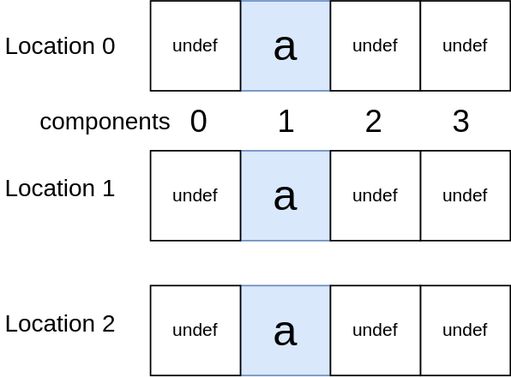
Before: chapters/images/location_example_array.svg, a diagram exported from draw.io (KhronosGroup/Vulkan-Guide). Source tidied: cells renumbered, new cells last; positions are measured from the earlier drawing's top-left corner, leaving out a move shared by most shapes.
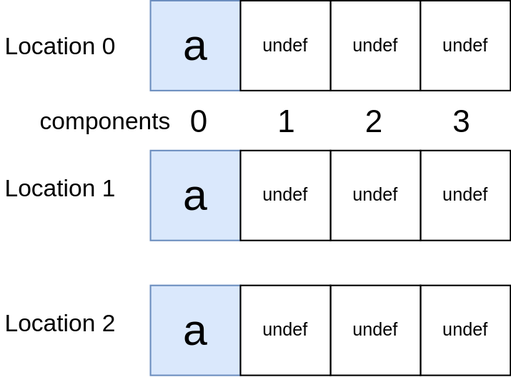
The same file after the commit.

The edit, as a diff of the source:
```diff
@@ -17,41 +17,41 @@
     <mxCell id="6" value="components" style="text;html=1;align=center;verticalAlign=middle;whiteSpace=wrap;rounded=0;fontSize=16;" parent="1" vertex="1">
       <mxGeometry x="30" y="65" width="80" height="30" as="geometry" />
     </mxCell>
-    <mxCell id="7" value="&lt;span style=&quot;font-size: 29px;&quot;&gt;a&lt;/span&gt;" style="rounded=0;whiteSpace=wrap;html=1;fillColor=#dae8fc;strokeColor=#6c8ebf;" parent="1" vertex="1">
-      <mxGeometry x="160" y="100" width="60" height="60" as="geometry" />
-    </mxCell>
     <mxCell id="8" value="undef" style="rounded=0;whiteSpace=wrap;html=1;" parent="1" vertex="1">
       <mxGeometry x="220" y="100" width="60" height="60" as="geometry" />
     </mxCell>
-    <mxCell id="9" value="&lt;span style=&quot;font-size: 29px;&quot;&gt;a&lt;/span&gt;" style="rounded=0;whiteSpace=wrap;html=1;fillColor=#dae8fc;strokeColor=#6c8ebf;" parent="1" vertex="1">
-      <mxGeometry x="160" width="60" height="60" as="geometry" />
-    </mxCell>
     <mxCell id="10" value="undef" style="rounded=0;whiteSpace=wrap;html=1;" parent="1" vertex="1">
       <mxGeometry x="280" y="190" width="60" height="60" as="geometry" />
     </mxCell>
     <mxCell id="11" value="Location 2" style="text;html=1;align=center;verticalAlign=middle;whiteSpace=wrap;rounded=0;fontSize=16;" parent="1" vertex="1">
       <mxGeometry y="200" width="80" height="30" as="geometry" />
     </mxCell>
-    <mxCell id="12" value="&lt;span style=&quot;font-size: 29px;&quot;&gt;a&lt;/span&gt;" style="rounded=0;whiteSpace=wrap;html=1;fillColor=#dae8fc;strokeColor=#6c8ebf;" parent="1" vertex="1">
-      <mxGeometry x="160" y="190" width="60" height="60" as="geometry" />
-    </mxCell>
     <mxCell id="13" value="undef" style="rounded=0;whiteSpace=wrap;html=1;" parent="1" vertex="1">
       <mxGeometry x="220" y="190" width="60" height="60" as="geometry" />
     </mxCell>
-    <mxCell id="14" value="undef" style="rounded=0;whiteSpace=wrap;html=1;" parent="1" vertex="1">
-      <mxGeometry x="100" y="100" width="60" height="60" as="geometry" />
-    </mxCell>
-    <mxCell id="15" value="undef" style="rounded=0;whiteSpace=wrap;html=1;" parent="1" vertex="1">
-      <mxGeometry x="100" y="190" width="60" height="60" as="geometry" />
-    </mxCell>
-    <mxCell id="16" value="undef" style="rounded=0;whiteSpace=wrap;html=1;" parent="1" vertex="1">
-      <mxGeometry x="100" width="60" height="60" as="geometry" />
-    </mxCell>
     <mxCell id="17" value="undef" style="rounded=0;whiteSpace=wrap;html=1;" parent="1" vertex="1">
       <mxGeometry x="220" width="60" height="60" as="geometry" />
     </mxCell>
     <mxCell id="18" value="undef" style="rounded=0;whiteSpace=wrap;html=1;" parent="1" vertex="1">
       <mxGeometry x="280" width="60" height="60" as="geometry" />
     </mxCell>
+    <mxCell id="19" value="&lt;span style=&quot;font-size: 29px;&quot;&gt;a&lt;/span&gt;" style="rounded=0;whiteSpace=wrap;html=1;fillColor=#dae8fc;strokeColor=#6c8ebf;" parent="1" vertex="1">
+      <mxGeometry x="100" width="60" height="60" as="geometry" />
+    </mxCell>
+    <mxCell id="20" value="&lt;span style=&quot;font-size: 29px;&quot;&gt;a&lt;/span&gt;" style="rounded=0;whiteSpace=wrap;html=1;fillColor=#dae8fc;strokeColor=#6c8ebf;" parent="1" vertex="1">
+      <mxGeometry x="100" y="100" width="60" height="60" as="geometry" />
+    </mxCell>
+    <mxCell id="21" value="&lt;span style=&quot;font-size: 29px;&quot;&gt;a&lt;/span&gt;" style="rounded=0;whiteSpace=wrap;html=1;fillColor=#dae8fc;strokeColor=#6c8ebf;" parent="1" vertex="1">
+      <mxGeometry x="100" y="190" width="60" height="60" as="geometry" />
+    </mxCell>
+    <mxCell id="22" value="undef" style="rounded=0;whiteSpace=wrap;html=1;" parent="1" vertex="1">
+      <mxGeometry x="160" width="60" height="60" as="geometry" />
+    </mxCell>
+    <mxCell id="23" value="undef" style="rounded=0;whiteSpace=wrap;html=1;" parent="1" vertex="1">
+      <mxGeometry x="160" y="100" width="60" height="60" as="geometry" />
+    </mxCell>
+    <mxCell id="24" value="undef" style="rounded=0;whiteSpace=wrap;html=1;" parent="1" vertex="1">
+      <mxGeometry x="160" y="190" width="60" height="60" as="geometry" />
+    </mxCell>
   </root>
 </mxGraphModel>
```
